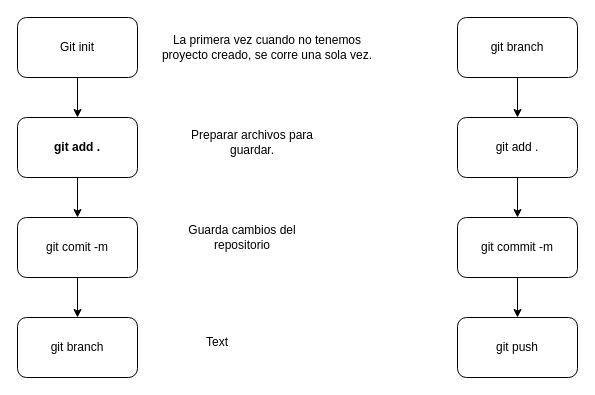
This is page "Page-1" (1 of 2) of flujo.dio from arevaloramirezmariavictoria1/pagina-web-anime, a draw.io file, before an edit. Source tidied: cells renumbered, new cells numbered last; positions are measured from the earlier drawing's top-left corner, leaving out a move shared by most shapes. Both pictures are drawn from the tidied source at 100%, with x=0, y=0 at pixel (17, 17).
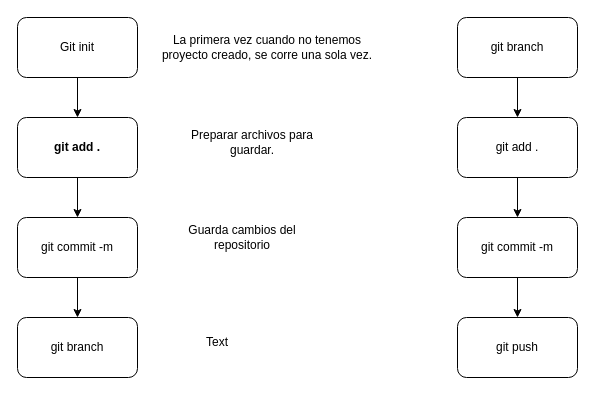
Above is the later version.

What changed in the source:
```diff
@@
 <mxGraphModel>
   <root>
     <mxCell id="0" />
     <mxCell id="1" parent="0" />
     <mxCell id="2" style="edgeStyle=none;html=1;" parent="1" edge="1" source="3" target="5">
       <mxGeometry relative="1" as="geometry" />
     </mxCell>
     <mxCell id="3" value="Git init" style="rounded=1;whiteSpace=wrap;html=1;" parent="1" vertex="1">
       <mxGeometry width="120" height="60" as="geometry" />
     </mxCell>
     <mxCell id="4" style="edgeStyle=none;html=1;" parent="1" edge="1" source="5" target="9">
       <mxGeometry relative="1" as="geometry" />
     </mxCell>
     <mxCell id="5" value="git add ." style="rounded=1;whiteSpace=wrap;html=1;fontStyle=1;" parent="1" vertex="1">
       <mxGeometry y="100" width="120" height="60" as="geometry" />
     </mxCell>
     <mxCell id="6" value="La primera vez cuando no tenemos proyecto creado, se corre una sola vez." style="text;html=1;align=center;verticalAlign=middle;whiteSpace=wrap;rounded=0;" parent="1" vertex="1">
       <mxGeometry x="140" y="15" width="220" height="30" as="geometry" />
     </mxCell>
     <mxCell id="7" value="Preparar archivos para guardar." style="text;html=1;align=center;verticalAlign=middle;whiteSpace=wrap;rounded=0;" parent="1" vertex="1">
       <mxGeometry x="150" y="110" width="170" height="30" as="geometry" />
     </mxCell>
     <mxCell id="8" style="edgeStyle=none;html=1;" parent="1" edge="1" source="9" target="10">
       <mxGeometry relative="1" as="geometry" />
     </mxCell>
-    <mxCell id="9" value="git comit -m" style="rounded=1;whiteSpace=wrap;html=1;" parent="1" vertex="1">
+    <mxCell id="9" value="git commit -m" style="rounded=1;whiteSpace=wrap;html=1;" parent="1" vertex="1">
       <mxGeometry y="200" width="120" height="60" as="geometry" />
     </mxCell>
     <mxCell id="10" value="git branch" style="rounded=1;whiteSpace=wrap;html=1;" parent="1" vertex="1">
       <mxGeometry y="300" width="120" height="60" as="geometry" />
     </mxCell>
     <mxCell id="11" value="Text" style="text;html=1;align=center;verticalAlign=middle;whiteSpace=wrap;rounded=0;" parent="1" vertex="1">
       <mxGeometry x="170" y="310" width="60" height="30" as="geometry" />
     </mxCell>
     <mxCell id="12" value="Guarda cambios del repositorio" style="text;html=1;align=center;verticalAlign=middle;whiteSpace=wrap;rounded=0;" parent="1" vertex="1">
       <mxGeometry x="150" y="210" width="150" height="20" as="geometry" />
     </mxCell>
     <mxCell id="13" style="edgeStyle=none;html=1;" parent="1" edge="1" source="14" target="16">
       <mxGeometry relative="1" as="geometry" />
     </mxCell>
     <mxCell id="14" value="git branch" style="rounded=1;whiteSpace=wrap;html=1;" parent="1" vertex="1">
       <mxGeometry x="440" width="120" height="60" as="geometry" />
     </mxCell>
     <mxCell id="15" style="edgeStyle=none;html=1;" parent="1" edge="1" source="16" target="18">
       <mxGeometry relative="1" as="geometry" />
     </mxCell>
     <mxCell id="16" value="git add ." style="rounded=1;whiteSpace=wrap;html=1;" parent="1" vertex="1">
       <mxGeometry x="440" y="100" width="120" height="60" as="geometry" />
     </mxCell>
     <mxCell id="17" style="edgeStyle=none;html=1;" parent="1" edge="1" source="18" target="19">
       <mxGeometry relative="1" as="geometry" />
     </mxCell>
     <mxCell id="18" value="git commit -m" style="rounded=1;whiteSpace=wrap;html=1;" parent="1" vertex="1">
       <mxGeometry x="440" y="200" width="120" height="60" as="geometry" />
     </mxCell>
     <mxCell id="19" value="git push" style="rounded=1;whiteSpace=wrap;html=1;" parent="1" vertex="1">
       <mxGeometry x="440" y="300" width="120" height="60" as="geometry" />
     </mxCell>
   </root>
 </mxGraphModel>
```
